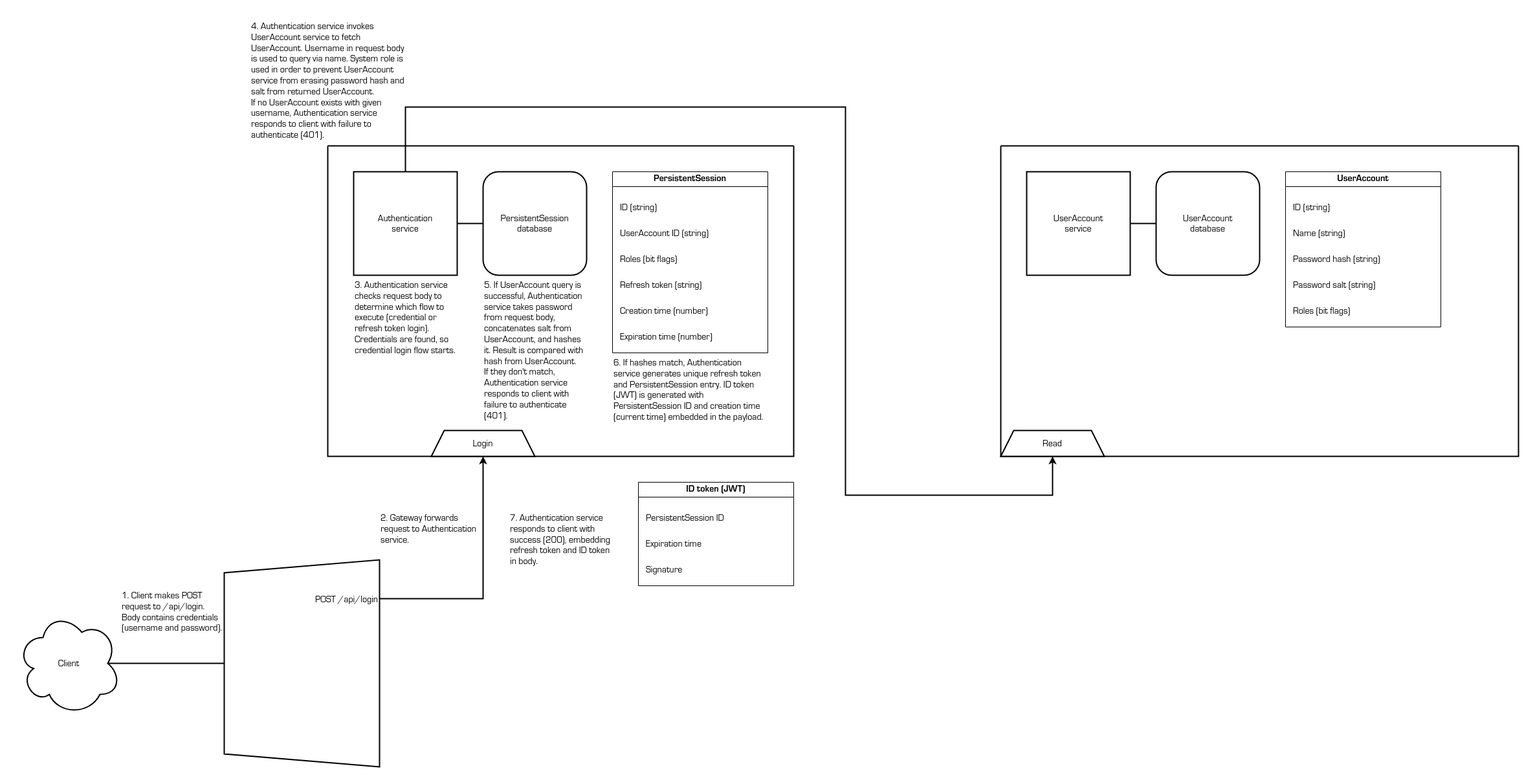
This is docs/credential-login-flow.png from shinhugh/base, a draw.io export, as it was before one commit. Source tidied: cells renumbered, new cells last; positions are measured from the earlier drawing's top-left corner, leaving out a move shared by most shapes.
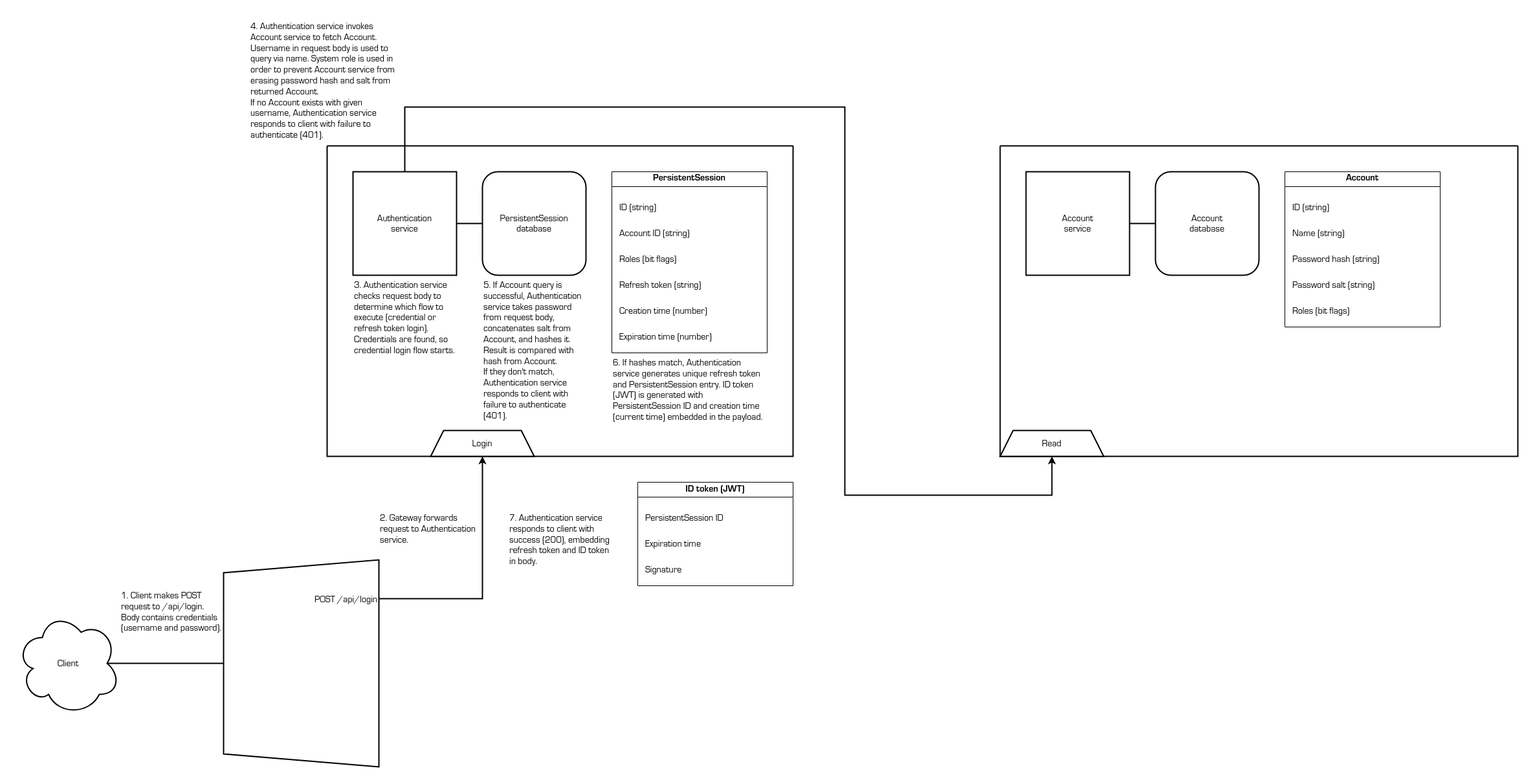
The same diagram one commit later.

Commit message:
Update readme and diagrams per UserAccount rename to Account

Diff of the diagram source:
```diff
@@ -23,7 +23,7 @@
     <mxCell id="8" value="Expiration time (number)" style="text;strokeColor=none;fillColor=none;align=left;verticalAlign=top;whiteSpace=wrap;rounded=0;fontFamily=Lucida Console;fontSize=14;" parent="5" vertex="1">
       <mxGeometry x="10" y="240" width="220" height="40" as="geometry" />
     </mxCell>
-    <mxCell id="9" value="UserAccount ID (string)" style="text;strokeColor=none;fillColor=none;align=left;verticalAlign=top;whiteSpace=wrap;rounded=0;fontFamily=Lucida Console;fontSize=14;" parent="5" vertex="1">
+    <mxCell id="9" value="Account ID (string)" style="text;strokeColor=none;fillColor=none;align=left;verticalAlign=top;whiteSpace=wrap;rounded=0;fontFamily=Lucida Console;fontSize=14;" parent="5" vertex="1">
       <mxGeometry x="10" y="80" width="220" height="40" as="geometry" />
     </mxCell>
     <mxCell id="10" value="Refresh token (string)" style="text;strokeColor=none;fillColor=none;align=left;verticalAlign=top;whiteSpace=wrap;rounded=0;fontFamily=Lucida Console;fontSize=14;" parent="5" vertex="1">
@@ -41,7 +41,7 @@
     <mxCell id="14" value="3. Authentication service checks request body to determine which flow to execute (credential or refresh token login). Credentials are found, so credential login flow starts." style="text;strokeColor=none;fillColor=none;align=left;verticalAlign=top;rounded=0;fontSize=14;fontFamily=Lucida Console;whiteSpace=wrap;" parent="2" vertex="1">
       <mxGeometry x="40" y="200" width="160" height="160" as="geometry" />
     </mxCell>
-    <mxCell id="15" value="5. If UserAccount query is successful, Authentication service takes password from request body, concatenates salt from UserAccount, and hashes it. Result is compared with hash from UserAccount.&#10;If they don't match, Authentication service responds to client with failure to authenticate (401).&#10;" style="text;strokeColor=none;fillColor=none;align=left;verticalAlign=top;rounded=0;fontSize=14;fontFamily=Lucida Console;whiteSpace=wrap;" parent="2" vertex="1">
+    <mxCell id="15" value="5. If Account query is successful, Authentication service takes password from request body, concatenates salt from Account, and hashes it. Result is compared with hash from Account.&#10;If they don't match, Authentication service responds to client with failure to authenticate (401).&#10;" style="text;strokeColor=none;fillColor=none;align=left;verticalAlign=top;rounded=0;fontSize=14;fontFamily=Lucida Console;whiteSpace=wrap;" parent="2" vertex="1">
       <mxGeometry x="240" y="200" width="160" height="240" as="geometry" />
     </mxCell>
     <mxCell id="16" value="6. If hashes match, Authentication service generates unique refresh token and PersistentSession entry. ID token (JWT) is generated with PersistentSession ID and creation time (current time) embedded in the payload." style="text;strokeColor=none;fillColor=none;align=left;verticalAlign=top;rounded=0;fontSize=14;fontFamily=Lucida Console;whiteSpace=wrap;" parent="2" vertex="1">
@@ -50,13 +50,13 @@
     <mxCell id="17" style="swimlane;startSize=0;strokeWidth=2;" parent="1" vertex="1">
       <mxGeometry x="1520" y="200" width="800" height="480" as="geometry" />
     </mxCell>
-    <mxCell id="18" value="UserAccount&#10;service" style="whiteSpace=wrap;strokeWidth=2;fontFamily=Lucida Console;fontSize=14;" parent="17" vertex="1">
+    <mxCell id="18" value="Account&#10;service" style="whiteSpace=wrap;strokeWidth=2;fontFamily=Lucida Console;fontSize=14;" parent="17" vertex="1">
       <mxGeometry x="40" y="40" width="160" height="160" as="geometry" />
     </mxCell>
-    <mxCell id="19" value="UserAccount&#10;database" style="rounded=1;whiteSpace=wrap;strokeWidth=2;fontFamily=Lucida Console;fontSize=14;" parent="17" vertex="1">
+    <mxCell id="19" value="Account&#10;database" style="rounded=1;whiteSpace=wrap;strokeWidth=2;fontFamily=Lucida Console;fontSize=14;" parent="17" vertex="1">
       <mxGeometry x="240" y="40" width="160" height="160" as="geometry" />
     </mxCell>
-    <mxCell id="20" value="UserAccount" style="swimlane;whiteSpace=wrap;fontFamily=Lucida Console;fontSize=14;" parent="17" vertex="1">
+    <mxCell id="20" value="Account" style="swimlane;whiteSpace=wrap;fontFamily=Lucida Console;fontSize=14;" parent="17" vertex="1">
       <mxGeometry x="440" y="40" width="240" height="240" as="geometry" />
     </mxCell>
     <mxCell id="21" value="ID (string)" style="text;strokeColor=none;fillColor=none;align=left;verticalAlign=top;whiteSpace=wrap;rounded=0;fontFamily=Lucida Console;fontSize=14;" parent="20" vertex="1">
@@ -118,7 +118,7 @@
     <mxCell id="36" value="2. Gateway forwards request to Authentication service." style="text;strokeColor=none;fillColor=none;align=left;verticalAlign=top;rounded=0;fontSize=14;fontFamily=Lucida Console;whiteSpace=wrap;" parent="1" vertex="1">
       <mxGeometry x="560" y="760" width="160" height="80" as="geometry" />
     </mxCell>
-    <mxCell id="37" value="4. Authentication service invokes UserAccount service to fetch UserAccount. Username in request body is used to query via name. System role is used in order to prevent UserAccount service from erasing password hash and salt from returned UserAccount.&#10;If no UserAccount exists with given username, Authentication service responds to client with failure to authenticate (401)." style="text;strokeColor=none;fillColor=none;align=left;verticalAlign=top;rounded=0;fontSize=14;fontFamily=Lucida Console;whiteSpace=wrap;" parent="1" vertex="1">
+    <mxCell id="37" value="4. Authentication service invokes Account service to fetch Account. Username in request body is used to query via name. System role is used in order to prevent Account service from erasing password hash and salt from returned Account.&#10;If no Account exists with given username, Authentication service responds to client with failure to authenticate (401)." style="text;strokeColor=none;fillColor=none;align=left;verticalAlign=top;rounded=0;fontSize=14;fontFamily=Lucida Console;whiteSpace=wrap;" parent="1" vertex="1">
       <mxGeometry x="360" width="240" height="200" as="geometry" />
     </mxCell>
     <mxCell id="38" value="7. Authentication service responds to client with success (200), embedding refresh token and ID token in body." style="text;strokeColor=none;fillColor=none;align=left;verticalAlign=top;rounded=0;fontSize=14;fontFamily=Lucida Console;whiteSpace=wrap;" parent="1" vertex="1">
```
